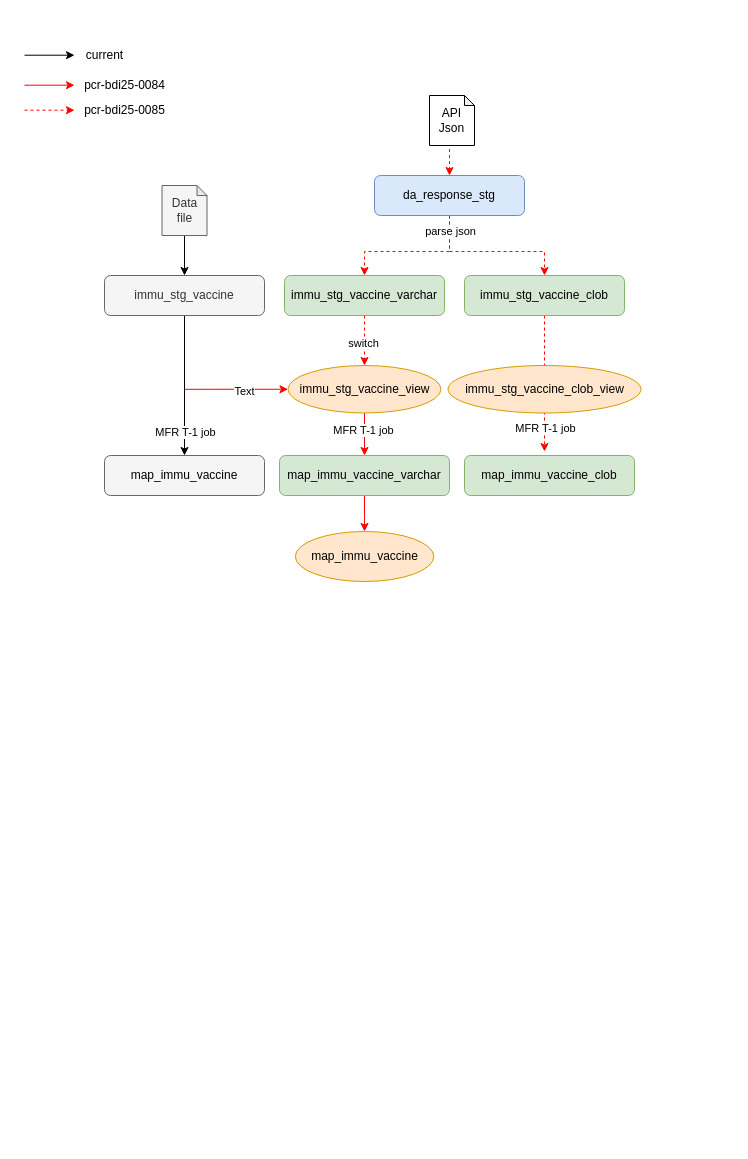
Before: immu_workflow.drawio in xuhuide/drawio, a draw.io diagram. Source tidied: cells renumbered, new cells numbered last; positions are measured from the earlier drawing's top-left corner, leaving out a move shared by most shapes. Both pictures are drawn from the tidied source at 100%, with x=0, y=0 at pixel (24, 40).
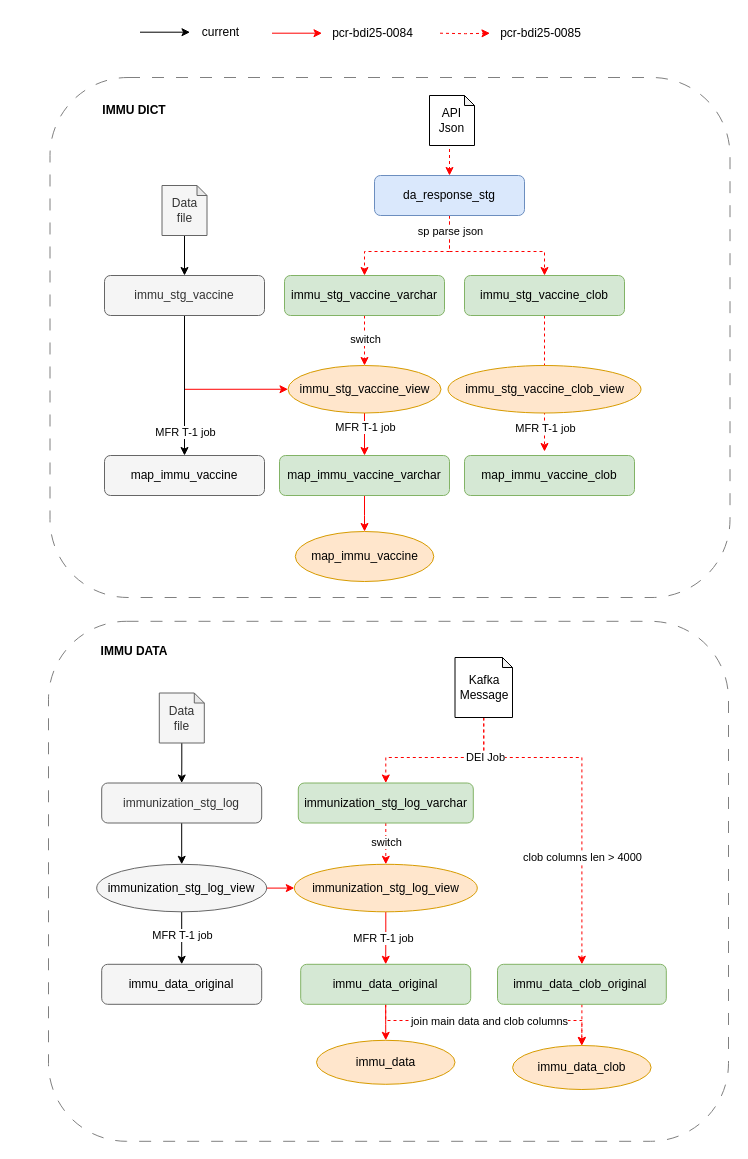
The same diagram, later.

Unchanged cells that the change refers to:
```xml
<mxCell id="2" style="edgeStyle=orthogonalEdgeStyle;rounded=0;jettySize=auto;html=1;entryX=0.5;entryY=0;entryDx=0;entryDy=0;dashed=1;strokeColor=#FF0000;" parent="1" edge="1" source="4" target="22">
  <mxGeometry relative="1" as="geometry" />
</mxCell>
<mxCell id="5" style="edgeStyle=orthogonalEdgeStyle;rounded=0;jettySize=auto;html=1;entryX=0;entryY=0.5;entryDx=0;entryDy=0;curved=0;strokeColor=#FF0000;" parent="1" edge="1" source="9" target="22">
  <mxGeometry relative="1" as="geometry">
    <Array as="points">
      <mxPoint x="160" y="349" />
    </Array>
  </mxGeometry>
</mxCell>
<mxCell id="17" style="edgeStyle=orthogonalEdgeStyle;rounded=0;jettySize=auto;html=1;exitX=0.5;exitY=1;exitDx=0;exitDy=0;entryX=0.5;entryY=0;entryDx=0;entryDy=0;dashed=1;strokeColor=#FF0000;" parent="1" edge="1" source="19" target="15">
  <mxGeometry relative="1" as="geometry">
    <Array as="points">
      <mxPoint x="425" y="211" />
      <mxPoint x="520" y="211" />
    </Array>
  </mxGeometry>
</mxCell>
<mxCell id="20" style="edgeStyle=orthogonalEdgeStyle;rounded=0;jettySize=auto;html=1;exitX=0.5;exitY=1;exitDx=0;exitDy=0;entryX=0.5;entryY=0;entryDx=0;entryDy=0;strokeColor=#FF0000;" parent="1" edge="1" source="22" target="11">
  <mxGeometry relative="1" as="geometry" />
</mxCell>
```

The edit, as a diff of the source:
```diff
@@
+    <mxCell id="37" style="rounded=1;whiteSpace=wrap;html=1;fillColor=none;dashed=1;dashPattern=12 12;strokeColor=#808080;" parent="1" vertex="1">
+      <mxGeometry x="25.5" y="37" width="680" height="520" as="geometry" />
+    </mxCell>
+    <mxCell id="38" style="rounded=1;whiteSpace=wrap;html=1;fillColor=none;dashed=1;dashPattern=12 12;strokeColor=#808080;" parent="1" vertex="1">
+      <mxGeometry x="24" y="580.8" width="680" height="520" as="geometry" />
+    </mxCell>
@@
     <mxCell id="3" value="switch" style="edgeLabel;html=1;align=center;verticalAlign=middle;" parent="2" vertex="1">
-      <mxGeometry x="0.06" y="-2" relative="1" as="geometry" />
+      <mxGeometry x="0.06" y="-2" relative="1" as="geometry">
+        <mxPoint x="2" y="-4" as="offset" />
+      </mxGeometry>
     </mxCell>
@@
-    <mxCell id="6" value="Text" style="edgeLabel;html=1;align=center;verticalAlign=middle;" parent="5" vertex="1">
-      <mxGeometry x="0.5" y="-2" relative="1" as="geometry" />
-    </mxCell>
@@
-    <mxCell id="18" value="parse json" style="edgeLabel;html=1;align=center;verticalAlign=middle;" parent="17" vertex="1">
+    <mxCell id="18" value="sp parse json" style="edgeLabel;html=1;align=center;verticalAlign=middle;" parent="17" vertex="1">
       <mxGeometry x="-0.83" relative="1" as="geometry">
         <mxPoint y="2" as="offset" />
       </mxGeometry>
     </mxCell>
@@
     <mxCell id="21" value="MFR T-1 job" style="edgeLabel;html=1;align=center;verticalAlign=middle;" parent="20" vertex="1">
       <mxGeometry x="-0.1" y="-1" relative="1" as="geometry">
-        <mxPoint x="-1" y="-2" as="offset" />
+        <mxPoint x="1" y="-5" as="offset" />
       </mxGeometry>
     </mxCell>
@@
-    <mxCell id="29" style="endArrow=classic;html=1;rounded=0;strokeColor=#FF0000;fillColor=#f8cecc;" parent="1" edge="1">
-      <mxGeometry relative="1" as="geometry">
-        <mxPoint y="44.7" as="sourcePoint" />
-        <mxPoint x="50" y="44.7" as="targetPoint" />
-      </mxGeometry>
-    </mxCell>
-    <mxCell id="30" value="pcr-bdi25-0084" style="text;html=1;align=center;verticalAlign=middle;strokeColor=none;fillColor=none;" parent="1" vertex="1">
-      <mxGeometry x="50" y="30" width="100" height="30" as="geometry" />
-    </mxCell>
-    <mxCell id="31" style="edgeStyle=orthogonalEdgeStyle;rounded=0;orthogonalLoop=1;jettySize=auto;html=1;dashed=1;strokeColor=#FF0000;" parent="1" edge="1">
-      <mxGeometry relative="1" as="geometry">
-        <mxPoint y="69.7" as="sourcePoint" />
-        <mxPoint x="50" y="69.7" as="targetPoint" />
-      </mxGeometry>
-    </mxCell>
-    <mxCell id="32" value="pcr-bdi25-0085" style="text;html=1;align=center;verticalAlign=middle;strokeColor=none;fillColor=none;" parent="1" vertex="1">
-      <mxGeometry x="50" y="55" width="100" height="30" as="geometry" />
-    </mxCell>
     <mxCell id="33" style="edgeStyle=orthogonalEdgeStyle;rounded=0;orthogonalLoop=1;jettySize=auto;html=1;" parent="1" edge="1">
       <mxGeometry relative="1" as="geometry">
-        <mxPoint y="14.7" as="sourcePoint" />
-        <mxPoint x="50" y="14.7" as="targetPoint" />
+        <mxPoint x="115.5" y="-8.3" as="sourcePoint" />
+        <mxPoint x="165.5" y="-8.3" as="targetPoint" />
       </mxGeometry>
     </mxCell>
     <mxCell id="34" value="current" style="text;html=1;align=center;verticalAlign=middle;strokeColor=none;fillColor=none;" parent="1" vertex="1">
-      <mxGeometry x="50" width="60" height="30" as="geometry" />
+      <mxGeometry x="165.5" y="-23" width="60" height="30" as="geometry" />
     </mxCell>
@@
+    <mxCell id="39" style="edgeStyle=orthogonalEdgeStyle;rounded=0;jettySize=auto;html=1;exitX=0.5;exitY=1;exitDx=0;exitDy=0;entryX=0.5;entryY=0;entryDx=0;entryDy=0;dashed=1;strokeColor=#FF0000;" parent="1" edge="1" source="41" target="53">
+      <mxGeometry relative="1" as="geometry" />
+    </mxCell>
+    <mxCell id="40" value="switch" style="edgeLabel;html=1;align=center;verticalAlign=middle;" parent="39" vertex="1">
+      <mxGeometry x="0.11" y="-3" relative="1" as="geometry">
+        <mxPoint x="3" y="-4" as="offset" />
+      </mxGeometry>
+    </mxCell>
+    <mxCell id="41" value="&lt;span style=&quot;font-size: 12px;&quot;&gt;immunization_stg_log_varchar&lt;/span&gt;" style="rounded=1;whiteSpace=wrap;html=1;fillColor=#d5e8d4;strokeColor=#82b366;" parent="1" vertex="1">
+      <mxGeometry x="273.8" y="742.5" width="175" height="40" as="geometry" />
+    </mxCell>
+    <mxCell id="42" style="edgeStyle=orthogonalEdgeStyle;rounded=0;jettySize=auto;html=1;entryX=0;entryY=0.5;entryDx=0;entryDy=0;curved=0;strokeColor=#FF0000;" parent="1" edge="1" source="65" target="53">
+      <mxGeometry relative="1" as="geometry" />
+    </mxCell>
+    <mxCell id="43" style="edgeStyle=orthogonalEdgeStyle;rounded=0;jettySize=auto;html=1;exitX=0.5;exitY=1;exitDx=0;exitDy=0;entryX=0.5;entryY=0;entryDx=0;entryDy=0;" parent="1" edge="1" source="65" target="62">
+      <mxGeometry relative="1" as="geometry" />
+    </mxCell>
+    <mxCell id="44" value="MFR T-1&lt;span style=&quot;background-color: light-dark(#ffffff, var(--ge-dark-color, #121212)); color: light-dark(rgb(0, 0, 0), rgb(255, 255, 255));&quot;&gt;&amp;nbsp;job&lt;/span&gt;" style="edgeLabel;html=1;align=center;verticalAlign=middle;" parent="43" vertex="1">
+      <mxGeometry x="0.46" y="-2" relative="1" as="geometry">
+        <mxPoint x="2" y="-15" as="offset" />
+      </mxGeometry>
+    </mxCell>
+    <mxCell id="45" style="edgeStyle=orthogonalEdgeStyle;rounded=0;jettySize=auto;html=1;exitX=0.5;exitY=1;exitDx=0;exitDy=0;" parent="1" edge="1" source="46" target="65">
+      <mxGeometry relative="1" as="geometry" />
+    </mxCell>
+    <mxCell id="46" value="&lt;span style=&quot;font-size: 12px;&quot;&gt;immunization_stg_log&lt;/span&gt;" style="rounded=1;whiteSpace=wrap;html=1;align=center;fillColor=#f5f5f5;strokeColor=#666666;fontColor=#333333;" parent="1" vertex="1">
+      <mxGeometry x="77.2" y="742.5" width="160" height="40" as="geometry" />
+    </mxCell>
+    <mxCell id="47" style="edgeStyle=orthogonalEdgeStyle;rounded=0;jettySize=auto;html=1;entryX=0.5;entryY=0;entryDx=0;entryDy=0;strokeColor=#FF0000;" parent="1" edge="1" source="50" target="54">
+      <mxGeometry relative="1" as="geometry" />
+    </mxCell>
+    <mxCell id="48" style="edgeStyle=orthogonalEdgeStyle;rounded=0;jettySize=auto;html=1;exitX=0.5;exitY=1;exitDx=0;exitDy=0;entryX=0.5;entryY=0;entryDx=0;entryDy=0;dashed=1;strokeColor=#FF0000;" parent="1" edge="1" source="50" target="66">
+      <mxGeometry relative="1" as="geometry">
+        <Array as="points">
+          <mxPoint x="361.5" y="980" />
+          <mxPoint x="557.5" y="980" />
+        </Array>
+      </mxGeometry>
+    </mxCell>
+    <mxCell id="49" value="join main data and clob columns" style="edgeLabel;html=1;align=center;verticalAlign=middle;" parent="48" vertex="1">
+      <mxGeometry x="-0.1" y="-3" relative="1" as="geometry">
+        <mxPoint x="13" y="-3" as="offset" />
+      </mxGeometry>
+    </mxCell>
+    <mxCell id="50" value="immu_data_original" style="whiteSpace=wrap;html=1;rounded=1;fillColor=#d5e8d4;strokeColor=#82b366;" parent="1" vertex="1">
+      <mxGeometry x="276.2" y="923.8" width="170" height="40" as="geometry" />
+    </mxCell>
+    <mxCell id="51" style="edgeStyle=orthogonalEdgeStyle;rounded=0;jettySize=auto;html=1;exitX=0.5;exitY=1;exitDx=0;exitDy=0;entryX=0.5;entryY=0;entryDx=0;entryDy=0;strokeColor=#FF0000;" parent="1" edge="1" source="53" target="50">
+      <mxGeometry relative="1" as="geometry" />
+    </mxCell>
+    <mxCell id="52" value="MFR T-1 job" style="edgeLabel;html=1;align=center;verticalAlign=middle;" parent="51" vertex="1">
+      <mxGeometry x="-0.1" y="-1" relative="1" as="geometry">
+        <mxPoint x="-2" y="2" as="offset" />
+      </mxGeometry>
+    </mxCell>
+    <mxCell id="53" value="immunization_stg_log_view" style="ellipse;whiteSpace=wrap;html=1;fillColor=#ffe6cc;strokeColor=#d79b00;" parent="1" vertex="1">
+      <mxGeometry x="269.8" y="823.8" width="183" height="47.5" as="geometry" />
+    </mxCell>
+    <mxCell id="54" value="immu_data" style="ellipse;whiteSpace=wrap;html=1;fillColor=#ffe6cc;strokeColor=#d79b00;" parent="1" vertex="1">
+      <mxGeometry x="292" y="999.8" width="138.5" height="44" as="geometry" />
+    </mxCell>
+    <mxCell id="55" style="edgeStyle=orthogonalEdgeStyle;rounded=0;jettySize=auto;html=1;exitX=0.5;exitY=1;exitDx=0;exitDy=0;exitPerimeter=0;entryX=0.5;entryY=0;entryDx=0;entryDy=0;strokeColor=#FF0000;dashed=1;" parent="1" edge="1" source="59" target="41">
+      <mxGeometry relative="1" as="geometry">
+        <Array as="points">
+          <mxPoint x="459.5" y="717" />
+          <mxPoint x="361.5" y="717" />
+        </Array>
+      </mxGeometry>
+    </mxCell>
+    <mxCell id="56" style="edgeStyle=orthogonalEdgeStyle;rounded=0;jettySize=auto;html=1;exitX=0.5;exitY=1;exitDx=0;exitDy=0;exitPerimeter=0;entryX=0.5;entryY=0;entryDx=0;entryDy=0;dashed=1;strokeColor=#FF0000;" parent="1" edge="1" source="59" target="64">
+      <mxGeometry relative="1" as="geometry">
+        <Array as="points">
+          <mxPoint x="459.5" y="717" />
+          <mxPoint x="557.5" y="717" />
+        </Array>
+      </mxGeometry>
+    </mxCell>
+    <mxCell id="57" value="clob columns len &amp;gt; 4000" style="edgeLabel;html=1;align=center;verticalAlign=middle;" parent="56" vertex="1">
+      <mxGeometry x="0.05" relative="1" as="geometry">
+        <mxPoint y="57" as="offset" />
+      </mxGeometry>
+    </mxCell>
+    <mxCell id="58" value="DEI Job" style="edgeLabel;html=1;align=center;verticalAlign=middle;" parent="56" vertex="1">
+      <mxGeometry x="-0.76" y="1" relative="1" as="geometry" />
+    </mxCell>
+    <mxCell id="59" value="Kafka Message" style="shape=note;whiteSpace=wrap;html=1;backgroundOutline=1;darkOpacity=0.05;size=10;" parent="1" vertex="1">
+      <mxGeometry x="430.5" y="617" width="57.5" height="60" as="geometry" />
+    </mxCell>
+    <mxCell id="60" style="edgeStyle=orthogonalEdgeStyle;rounded=0;jettySize=auto;html=1;" parent="1" edge="1" source="61" target="46">
+      <mxGeometry relative="1" as="geometry" />
+    </mxCell>
+    <mxCell id="61" value="Data file" style="shape=note;whiteSpace=wrap;html=1;backgroundOutline=1;darkOpacity=0.05;size=10;fillColor=#f5f5f5;fontColor=#333333;strokeColor=#666666;" parent="1" vertex="1">
+      <mxGeometry x="134.8" y="652.5" width="45" height="50" as="geometry" />
+    </mxCell>
+    <mxCell id="62" value="&lt;span style=&quot;color: rgb(0, 0, 0);&quot;&gt;immu_data_original&lt;/span&gt;" style="rounded=1;whiteSpace=wrap;html=1;align=center;fillColor=#f5f5f5;fontColor=#333333;strokeColor=#666666;" parent="1" vertex="1">
+      <mxGeometry x="77.2" y="923.8" width="160" height="40" as="geometry" />
+    </mxCell>
+    <mxCell id="63" style="edgeStyle=orthogonalEdgeStyle;rounded=0;jettySize=auto;html=1;exitX=0.5;exitY=1;exitDx=0;exitDy=0;dashed=1;strokeColor=#FF0000;" parent="1" edge="1" source="64">
+      <mxGeometry relative="1" as="geometry">
+        <mxPoint x="557.2" y="1005" as="targetPoint" />
+      </mxGeometry>
+    </mxCell>
+    <mxCell id="64" value="immu_data_clob_original&amp;nbsp;" style="whiteSpace=wrap;html=1;rounded=1;fillColor=#d5e8d4;strokeColor=#82b366;" parent="1" vertex="1">
+      <mxGeometry x="473" y="923.8" width="168.8" height="40" as="geometry" />
+    </mxCell>
+    <mxCell id="65" value="immunization_stg_log_view" style="ellipse;whiteSpace=wrap;html=1;fillColor=#f5f5f5;strokeColor=#666666;fontColor=#000000;" parent="1" vertex="1">
+      <mxGeometry x="72.2" y="823.8" width="170" height="47.5" as="geometry" />
+    </mxCell>
+    <mxCell id="66" value="immu_data_clob" style="ellipse;whiteSpace=wrap;html=1;fillColor=#ffe6cc;strokeColor=#d79b00;" parent="1" vertex="1">
+      <mxGeometry x="488.1" y="1005" width="138.5" height="44" as="geometry" />
+    </mxCell>
+    <mxCell id="67" style="group;" parent="1" vertex="1">
+      <mxGeometry x="415.5" y="-22" width="150" height="30" as="geometry" />
+    </mxCell>
+    <mxCell id="31" style="edgeStyle=orthogonalEdgeStyle;rounded=0;orthogonalLoop=1;jettySize=auto;html=1;dashed=1;strokeColor=#FF0000;" parent="67" edge="1">
+      <mxGeometry relative="1" as="geometry">
+        <mxPoint y="14.7" as="sourcePoint" />
+        <mxPoint x="50" y="14.7" as="targetPoint" />
+      </mxGeometry>
+    </mxCell>
+    <mxCell id="32" value="pcr-bdi25-0085" style="text;html=1;align=center;verticalAlign=middle;strokeColor=none;fillColor=none;" parent="67" vertex="1">
+      <mxGeometry x="50" width="100" height="30" as="geometry" />
+    </mxCell>
+    <mxCell id="68" style="group;" parent="1" vertex="1">
+      <mxGeometry x="247.5" y="-22" width="150" height="30" as="geometry" />
+    </mxCell>
+    <mxCell id="29" style="endArrow=classic;html=1;rounded=0;strokeColor=#FF0000;fillColor=#f8cecc;" parent="68" edge="1">
+      <mxGeometry relative="1" as="geometry">
+        <mxPoint y="14.7" as="sourcePoint" />
+        <mxPoint x="50" y="14.7" as="targetPoint" />
+      </mxGeometry>
+    </mxCell>
+    <mxCell id="30" value="pcr-bdi25-0084" style="text;html=1;align=center;verticalAlign=middle;strokeColor=none;fillColor=none;" parent="68" vertex="1">
+      <mxGeometry x="50" width="100" height="30" as="geometry" />
+    </mxCell>
+    <mxCell id="69" value="IMMU DICT" style="text;html=1;align=center;verticalAlign=middle;whiteSpace=wrap;rounded=0;fontStyle=1;" parent="1" vertex="1">
+      <mxGeometry x="72.2" y="55" width="75.5" height="30" as="geometry" />
+    </mxCell>
+    <mxCell id="70" value="IMMU DATA" style="text;html=1;align=center;verticalAlign=middle;whiteSpace=wrap;rounded=0;fontStyle=1;" parent="1" vertex="1">
+      <mxGeometry x="72.2" y="595.8" width="75.5" height="30" as="geometry" />
+    </mxCell>
```
